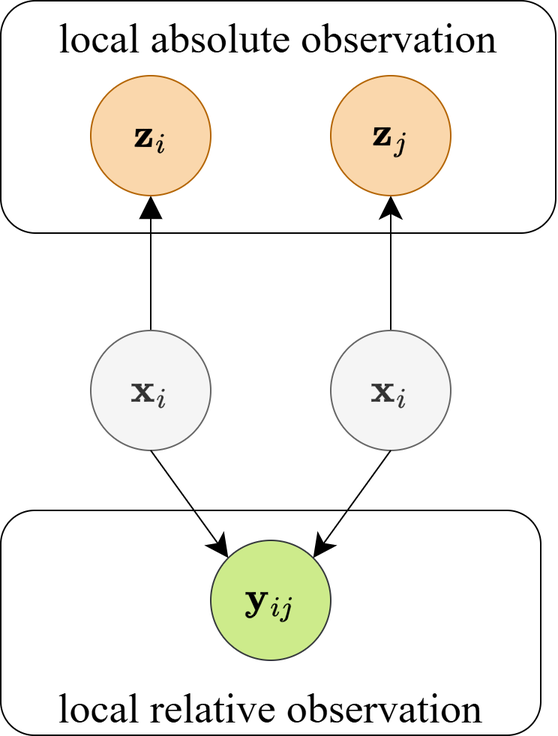
yifan008/drawioSaver keeps this draw.io diagram as static.png. Above is the earlier version. Source tidied: cells renumbered, new cells last; positions are measured from the earlier drawing's top-left corner, leaving out a move shared by most shapes.
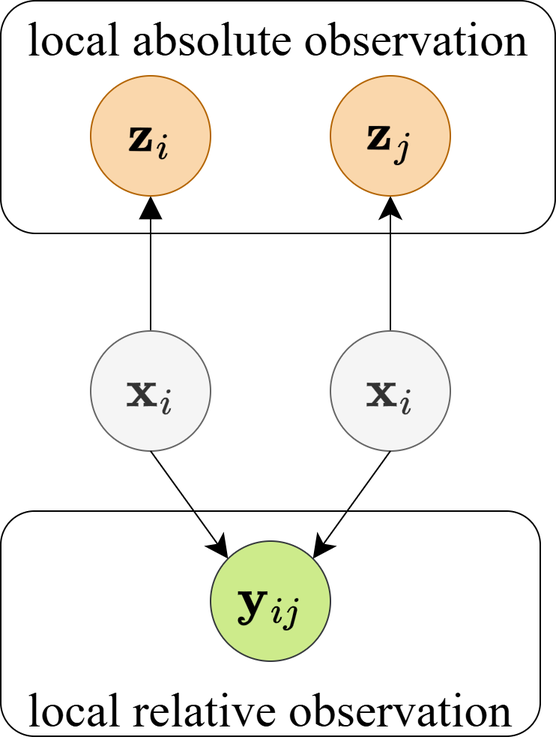
The same diagram one commit later.

The edit, as a diff of the source:
```diff
@@ -5,31 +5,31 @@
     <mxCell id="2" style="group;" parent="1" vertex="1">
       <mxGeometry width="370" height="490" as="geometry" />
     </mxCell>
-    <mxCell id="3" value="&lt;span style=&quot;font-family: &amp;quot;Times New Roman&amp;quot;; font-size: 28px;&quot;&gt;local absolute observation&lt;/span&gt;&lt;div&gt;&lt;span style=&quot;font-family: &amp;quot;Times New Roman&amp;quot;; font-size: 28px;&quot;&gt;&lt;br&gt;&lt;/span&gt;&lt;/div&gt;&lt;div&gt;&lt;br&gt;&lt;/div&gt;&lt;div&gt;&lt;br&gt;&lt;/div&gt;&lt;div&gt;&lt;br&gt;&lt;/div&gt;&lt;div&gt;&lt;br&gt;&lt;/div&gt;&lt;div&gt;&lt;br&gt;&lt;/div&gt;" style="rounded=1;whiteSpace=wrap;html=1;fillColor=none;" parent="2" vertex="1">
+    <mxCell id="3" value="&lt;span style=&quot;font-family: &amp;quot;Times New Roman&amp;quot;;&quot;&gt;&lt;font style=&quot;font-size: 32px;&quot;&gt;local absolute observation&lt;/font&gt;&lt;/span&gt;&lt;div&gt;&lt;span style=&quot;font-family: &amp;quot;Times New Roman&amp;quot;; font-size: 28px;&quot;&gt;&lt;br&gt;&lt;/span&gt;&lt;/div&gt;&lt;div&gt;&lt;br&gt;&lt;/div&gt;&lt;div&gt;&lt;br&gt;&lt;/div&gt;&lt;div&gt;&lt;br&gt;&lt;/div&gt;&lt;div&gt;&lt;br&gt;&lt;/div&gt;&lt;div&gt;&lt;br&gt;&lt;/div&gt;" style="rounded=1;whiteSpace=wrap;html=1;fillColor=none;" parent="2" vertex="1">
       <mxGeometry width="370" height="155" as="geometry" />
     </mxCell>
-    <mxCell id="4" value="&lt;div&gt;&lt;br&gt;&lt;/div&gt;&lt;div&gt;&lt;br&gt;&lt;/div&gt;&lt;div&gt;&lt;br&gt;&lt;/div&gt;&lt;div&gt;&lt;br&gt;&lt;/div&gt;&lt;div&gt;&lt;br&gt;&lt;/div&gt;&lt;div&gt;&lt;br&gt;&lt;/div&gt;&lt;div&gt;&lt;br&gt;&lt;/div&gt;&lt;div&gt;&lt;br&gt;&lt;/div&gt;&lt;div&gt;&lt;font face=&quot;Times New Roman&quot;&gt;&lt;span style=&quot;font-size: 28px;&quot;&gt;local relative observation&lt;/span&gt;&lt;/font&gt;&lt;/div&gt;" style="rounded=1;whiteSpace=wrap;html=1;fillColor=none;" parent="2" vertex="1">
+    <mxCell id="4" value="&lt;div&gt;&lt;br&gt;&lt;/div&gt;&lt;div&gt;&lt;br&gt;&lt;/div&gt;&lt;div&gt;&lt;br&gt;&lt;/div&gt;&lt;div&gt;&lt;br&gt;&lt;/div&gt;&lt;div&gt;&lt;br&gt;&lt;/div&gt;&lt;div&gt;&lt;br&gt;&lt;/div&gt;&lt;div&gt;&lt;br&gt;&lt;/div&gt;&lt;div&gt;&lt;br&gt;&lt;/div&gt;&lt;div&gt;&lt;font face=&quot;Times New Roman&quot; style=&quot;font-size: 32px;&quot;&gt;local relative observation&lt;/font&gt;&lt;/div&gt;" style="rounded=1;whiteSpace=wrap;html=1;fillColor=none;" parent="2" vertex="1">
       <mxGeometry y="340" width="360" height="150" as="geometry" />
     </mxCell>
     <mxCell id="5" style="edgeStyle=orthogonalEdgeStyle;rounded=0;jettySize=auto;html=1;exitX=0.5;exitY=0;exitDx=0;exitDy=0;entryX=0.5;entryY=1;entryDx=0;entryDy=0;endArrow=block;endFill=1;strokeWidth=1;endSize=13;" parent="2" edge="1" source="6" target="9">
       <mxGeometry relative="1" as="geometry" />
     </mxCell>
-    <mxCell id="6" value="&lt;font style=&quot;font-size: 23px;&quot;&gt;$$\mathbf{x}_{i}$$&lt;/font&gt;" style="ellipse;whiteSpace=wrap;html=1;fillColor=#f5f5f5;strokeColor=#666666;fontColor=#333333;" parent="2" vertex="1">
+    <mxCell id="6" value="&lt;font style=&quot;font-size: 30px;&quot;&gt;$$\mathbf{x}_{i}$$&lt;/font&gt;" style="ellipse;whiteSpace=wrap;html=1;fillColor=#f5f5f5;strokeColor=#666666;fontColor=#333333;" parent="2" vertex="1">
       <mxGeometry x="60" y="220" width="80" height="80" as="geometry" />
     </mxCell>
     <mxCell id="7" style="edgeStyle=orthogonalEdgeStyle;rounded=0;jettySize=auto;html=1;exitX=0.5;exitY=0;exitDx=0;exitDy=0;entryX=0.5;entryY=1;entryDx=0;entryDy=0;endSize=13;" parent="2" edge="1" source="8" target="10">
       <mxGeometry relative="1" as="geometry" />
     </mxCell>
-    <mxCell id="8" value="&lt;font style=&quot;font-size: 23px;&quot;&gt;$$\mathbf{x}_{i}$$&lt;/font&gt;" style="ellipse;whiteSpace=wrap;html=1;fillColor=#f5f5f5;strokeColor=#666666;fontColor=#333333;" parent="2" vertex="1">
+    <mxCell id="8" value="&lt;font style=&quot;font-size: 30px;&quot;&gt;$$\mathbf{x}_{i}$$&lt;/font&gt;" style="ellipse;whiteSpace=wrap;html=1;fillColor=#f5f5f5;strokeColor=#666666;fontColor=#333333;" parent="2" vertex="1">
       <mxGeometry x="220" y="220" width="80" height="80" as="geometry" />
     </mxCell>
-    <mxCell id="9" value="&lt;span style=&quot;font-size: 23px;&quot;&gt;$$\mathbf{z}_{i}$$&lt;/span&gt;" style="ellipse;whiteSpace=wrap;html=1;fillColor=#fad7ac;strokeColor=#b46504;" parent="2" vertex="1">
+    <mxCell id="9" value="&lt;font style=&quot;font-size: 30px;&quot;&gt;$$\mathbf{z}_{i}$$&lt;/font&gt;" style="ellipse;whiteSpace=wrap;html=1;fillColor=#fad7ac;strokeColor=#b46504;" parent="2" vertex="1">
       <mxGeometry x="60" y="50" width="80" height="80" as="geometry" />
     </mxCell>
-    <mxCell id="10" value="&lt;span style=&quot;font-size: 23px;&quot;&gt;$$\mathbf{z}_{j}$$&lt;/span&gt;" style="ellipse;whiteSpace=wrap;html=1;fillColor=#fad7ac;strokeColor=#b46504;" parent="2" vertex="1">
+    <mxCell id="10" value="&lt;font style=&quot;font-size: 30px;&quot;&gt;$$\mathbf{z}_{j}$$&lt;/font&gt;" style="ellipse;whiteSpace=wrap;html=1;fillColor=#fad7ac;strokeColor=#b46504;" parent="2" vertex="1">
       <mxGeometry x="220" y="50" width="80" height="80" as="geometry" />
     </mxCell>
-    <mxCell id="11" value="&lt;span style=&quot;font-size: 23px;&quot;&gt;$$\mathbf{y}_{ij}$$&lt;/span&gt;" style="ellipse;whiteSpace=wrap;html=1;fillColor=#cdeb8b;strokeColor=#36393d;" parent="2" vertex="1">
+    <mxCell id="11" value="&lt;font style=&quot;font-size: 30px;&quot;&gt;$$\mathbf{y}_{ij}$$&lt;/font&gt;" style="ellipse;whiteSpace=wrap;html=1;fillColor=#cdeb8b;strokeColor=#36393d;" parent="2" vertex="1">
       <mxGeometry x="140" y="360" width="80" height="80" as="geometry" />
     </mxCell>
     <mxCell id="12" style="endArrow=classic;html=1;rounded=0;exitX=0.5;exitY=1;exitDx=0;exitDy=0;entryX=0;entryY=0;entryDx=0;entryDy=0;endSize=13;" parent="2" edge="1" source="6" target="11">
```
